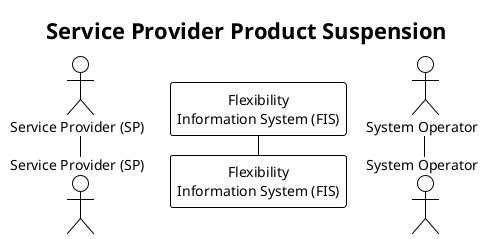
Above: docs/diagrams/service_provider_product_suspension.png in elhub/flex-information-system (PlantUML), before the change. Its diagram source:
```plantuml
@startuml service_provider_product_suspension

!theme plain

title Service Provider Product Suspension

autonumber
skinparam note {
    BackgroundColor #FFFFBD
}

actor "Service Provider (SP)" as SP
participant "Flexibility\nInformation System (FIS)" as FIS
actor "System Operator" as SO

@enduml
```
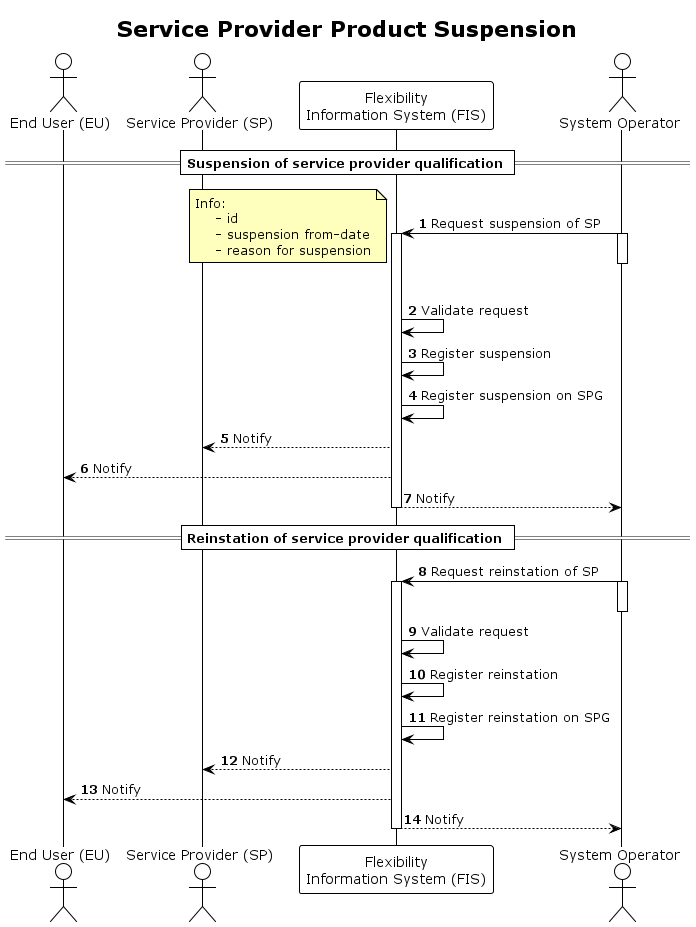
After the change.

Commit message:
Added suspension procedure

The edit, as a diff of the source:
```diff
@@ -9,8 +9,55 @@
     BackgroundColor #FFFFBD
 }
 
+actor "End User (EU)" as EU
 actor "Service Provider (SP)" as SP
 participant "Flexibility\nInformation System (FIS)" as FIS
 actor "System Operator" as SO
 
+== Suspension of service provider qualification ==
+
+
+SO -> FIS: Request suspension of SP
+activate SO
+deactivate SO
+
+note left
+    Info:
+        - id
+        - suspension from-date
+        - reason for suspension
+end note
+
+activate FIS
+FIS -> FIS: Validate request
+FIS -> FIS: Register suspension
+FIS -> FIS: Register suspension on SPG
+
+FIS --> SP: Notify
+FIS --> EU: Notify
+FIS --> SO: Notify
+deactivate FIS
+
+== Reinstation of service provider qualification ==
+SO -> FIS: Request reinstation of SP
+activate SO
+deactivate SO
+
+activate FIS
+FIS -> FIS: Validate request
+FIS -> FIS: Register reinstation
+FIS -> FIS: Register reinstation on SPG
+
+FIS --> SP: Notify
+FIS --> EU: Notify
+FIS --> SO: Notify
+deactivate FIS
+
+
+
+
+
+
+
+
 @enduml
```
